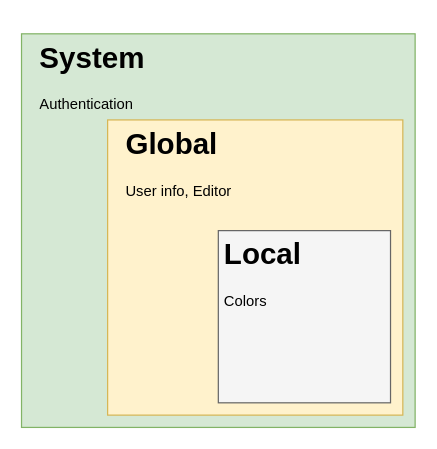
Before: Assets/uml/git_configuration_model.drawio in braboj/tutorial-git, a draw.io diagram. Source tidied: cells renumbered, new cells numbered last; positions are measured from the earlier drawing's top-left corner, leaving out a move shared by most shapes. Both pictures are drawn from the tidied source at 123%, with x=0, y=0 at pixel (21, 33).
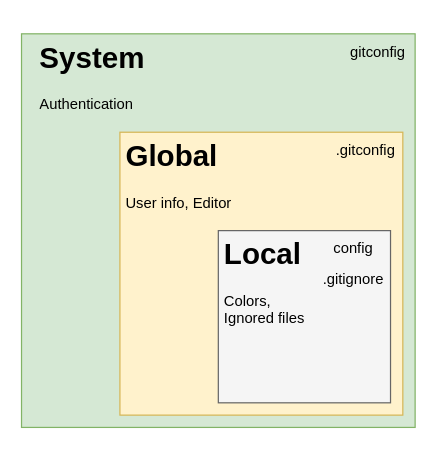
The same diagram, later.

The edit, as a diff of the source:
```diff
@@
 <mxGraphModel>
   <root>
     <mxCell id="0" />
     <mxCell id="1" parent="0" />
     <mxCell id="2" style="whiteSpace=wrap;html=1;fillColor=#d5e8d4;strokeColor=#82b366;" parent="1" vertex="1">
       <mxGeometry width="320" height="320" as="geometry" />
     </mxCell>
     <mxCell id="3" style="whiteSpace=wrap;html=1;fillColor=#fff2cc;strokeColor=#d6b656;" parent="1" vertex="1">
-      <mxGeometry x="70" y="70" width="240" height="240" as="geometry" />
+      <mxGeometry x="80" y="80" width="230" height="230" as="geometry" />
     </mxCell>
     <mxCell id="4" style="whiteSpace=wrap;html=1;fillColor=#f5f5f5;fontColor=#333333;strokeColor=#666666;" parent="1" vertex="1">
       <mxGeometry x="160" y="160" width="140" height="140" as="geometry" />
     </mxCell>
     <mxCell id="5" value="&lt;h1&gt;System&lt;/h1&gt;&lt;p&gt;Authentication&lt;/p&gt;" style="text;html=1;strokeColor=none;fillColor=none;spacing=5;spacingTop=-20;whiteSpace=wrap;overflow=hidden;rounded=0;" parent="1" vertex="1">
-      <mxGeometry x="10" width="140" height="80" as="geometry" />
+      <mxGeometry x="10" width="140" height="70" as="geometry" />
     </mxCell>
     <mxCell id="6" value="&lt;h1&gt;Global&lt;/h1&gt;&lt;p&gt;User info, Editor&lt;/p&gt;" style="text;html=1;strokeColor=none;fillColor=none;spacing=5;spacingTop=-20;whiteSpace=wrap;overflow=hidden;rounded=0;" parent="1" vertex="1">
-      <mxGeometry x="80" y="70" width="140" height="80" as="geometry" />
+      <mxGeometry x="80" y="80" width="140" height="80" as="geometry" />
     </mxCell>
-    <mxCell id="7" value="&lt;h1&gt;Local&lt;/h1&gt;&lt;p&gt;Colors&lt;/p&gt;" style="text;html=1;strokeColor=none;fillColor=none;spacing=5;spacingTop=-20;whiteSpace=wrap;overflow=hidden;rounded=0;" parent="1" vertex="1">
-      <mxGeometry x="160" y="160" width="140" height="80" as="geometry" />
+    <mxCell id="7" value="&lt;h1&gt;Local&lt;/h1&gt;&lt;p&gt;Colors, Ignored files&lt;/p&gt;" style="text;html=1;strokeColor=none;fillColor=none;spacing=5;spacingTop=-20;whiteSpace=wrap;overflow=hidden;rounded=0;" parent="1" vertex="1">
+      <mxGeometry x="160" y="160" width="90" height="80" as="geometry" />
     </mxCell>
+    <mxCell id="8" value="gitconfig" style="text;html=1;strokeColor=none;fillColor=none;align=center;verticalAlign=middle;whiteSpace=wrap;rounded=0;" parent="1" vertex="1">
+      <mxGeometry x="260" width="60" height="30" as="geometry" />
+    </mxCell>
+    <mxCell id="9" value=".gitconfig" style="text;html=1;strokeColor=none;fillColor=none;align=center;verticalAlign=middle;whiteSpace=wrap;rounded=0;" parent="1" vertex="1">
+      <mxGeometry x="250" y="80" width="60" height="30" as="geometry" />
+    </mxCell>
+    <mxCell id="10" value="config" style="text;html=1;strokeColor=none;fillColor=none;align=center;verticalAlign=middle;whiteSpace=wrap;rounded=0;" parent="1" vertex="1">
+      <mxGeometry x="240" y="160" width="60" height="30" as="geometry" />
+    </mxCell>
+    <mxCell id="11" value=".gitignore" style="text;html=1;strokeColor=none;fillColor=none;align=center;verticalAlign=middle;whiteSpace=wrap;rounded=0;" parent="1" vertex="1">
+      <mxGeometry x="240" y="185" width="60" height="30" as="geometry" />
+    </mxCell>
   </root>
 </mxGraphModel>
```
